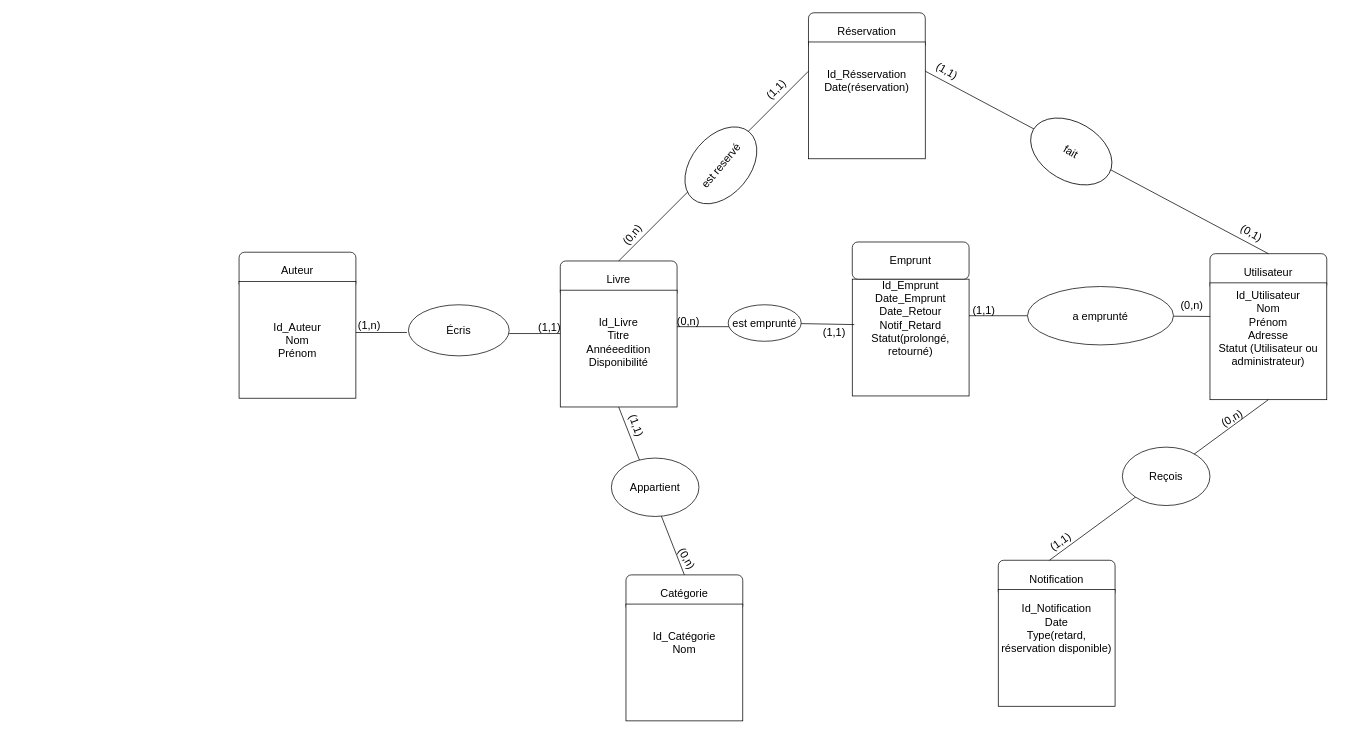
Before: page "MCD" (3 of 3) of diagramme/Diagramme UML Bibliothèque.drawio in JocelyneMuller/Projet-Biblioth-que, a draw.io diagram. Source tidied: cells renumbered, new cells numbered last; positions are measured from the earlier drawing's top-left corner, leaving out a move shared by most shapes. Both pictures are drawn from the tidied source at 73%, with x=0, y=0 at pixel (239, 12).
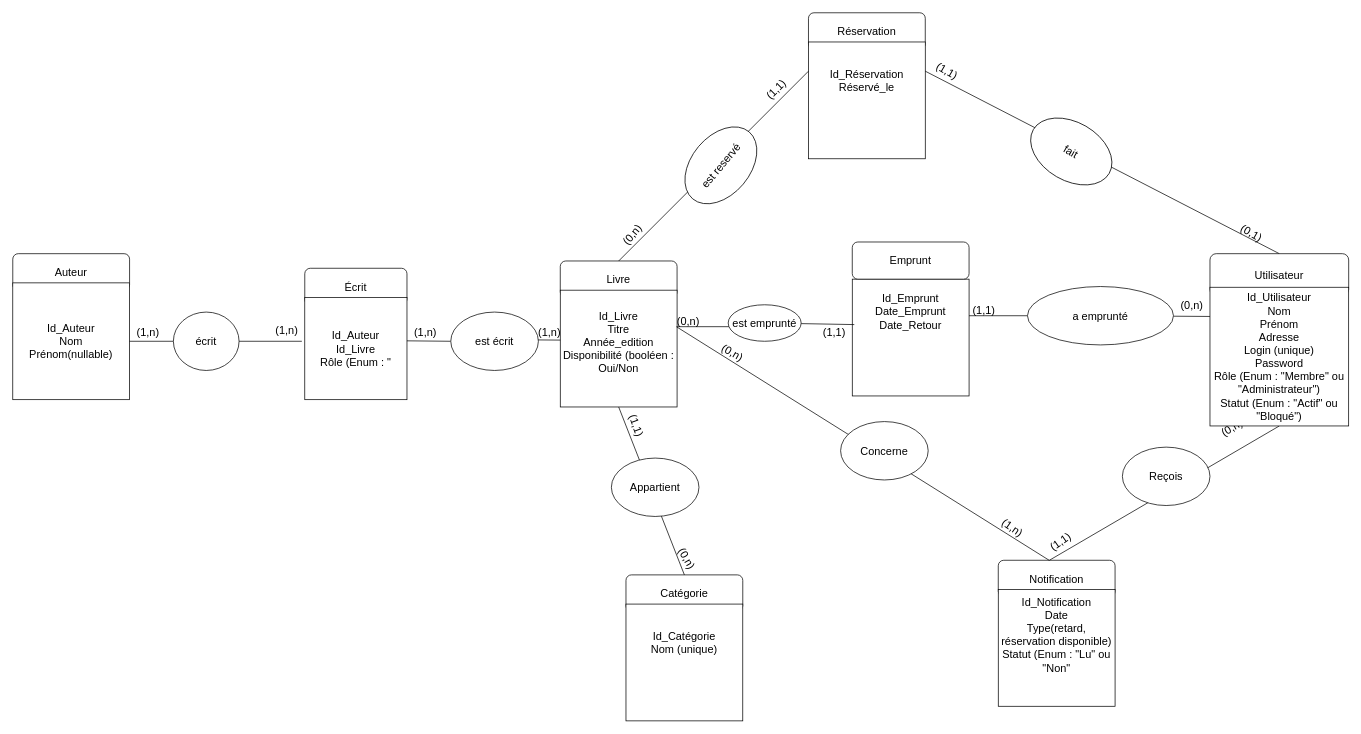
Above is the later version.

Commit message:
Mettre à jour Diagramme UML Bibliothèque.drawio

The change refers to these unchanged cells:
```xml
<mxCell id="2" style="group;" parent="1" vertex="1">
  <mxGeometry x="440" y="340" width="160" height="200" as="geometry" />
</mxCell>
<mxCell id="8" style="group;" parent="1" vertex="1">
  <mxGeometry x="1040" y="750" width="160" height="200" as="geometry" />
</mxCell>
<mxCell id="9" value="&lt;font style=&quot;font-size: 15px;&quot;&gt;Notification&lt;/font&gt;" style="rounded=1;whiteSpace=wrap;html=1;" parent="8" vertex="1">
  <mxGeometry width="160" height="50" as="geometry" />
</mxCell>
<mxCell id="11" style="group;" parent="1" vertex="1">
  <mxGeometry x="530" y="770" width="160" height="200" as="geometry" />
</mxCell>
<mxCell id="14" style="group;" parent="1" vertex="1">
  <mxGeometry x="780" width="160" height="200" as="geometry" />
</mxCell>
<mxCell id="29" style="group;" parent="1" vertex="1">
  <mxGeometry x="840" y="314" width="160" height="216" as="geometry" />
</mxCell>
```

The edit, as a diff of the source:
```diff
@@
-    <mxCell id="4" value="&lt;font style=&quot;font-size: 15px;&quot;&gt;Id_Livre&lt;/font&gt;&lt;div style=&quot;font-size: 15px;&quot;&gt;&lt;font style=&quot;font-size: 15px;&quot;&gt;Titre&lt;/font&gt;&lt;/div&gt;&lt;div style=&quot;font-size: 15px;&quot;&gt;&lt;font style=&quot;font-size: 15px;&quot;&gt;Annéeedition&lt;/font&gt;&lt;/div&gt;&lt;div style=&quot;font-size: 15px;&quot;&gt;&lt;font style=&quot;font-size: 15px;&quot;&gt;Disponibilité&lt;/font&gt;&lt;/div&gt;&lt;div style=&quot;font-size: 15px;&quot;&gt;&lt;br&gt;&lt;/div&gt;" style="whiteSpace=wrap;html=1;" parent="2" vertex="1">
+    <mxCell id="4" value="&lt;font style=&quot;font-size: 15px;&quot;&gt;Id_Livre&lt;/font&gt;&lt;div style=&quot;font-size: 15px;&quot;&gt;&lt;font style=&quot;font-size: 15px;&quot;&gt;Titre&lt;/font&gt;&lt;/div&gt;&lt;div style=&quot;font-size: 15px;&quot;&gt;&lt;font style=&quot;font-size: 15px;&quot;&gt;Année_edition&lt;/font&gt;&lt;/div&gt;&lt;div style=&quot;font-size: 15px;&quot;&gt;&lt;font style=&quot;font-size: 15px;&quot;&gt;Disponibilité (booléen : Oui/Non&lt;/font&gt;&lt;/div&gt;&lt;div style=&quot;font-size: 15px;&quot;&gt;&lt;br&gt;&lt;/div&gt;" style="whiteSpace=wrap;html=1;" parent="2" vertex="1">
       <mxGeometry y="40" width="160" height="160" as="geometry" />
     </mxCell>
-    <mxCell id="5" style="group;" parent="1" vertex="1">
-      <mxGeometry x="1330" y="330" width="160" height="200" as="geometry" />
-    </mxCell>
-    <mxCell id="6" value="&lt;font style=&quot;font-size: 15px;&quot;&gt;Utilisateur&lt;/font&gt;" style="rounded=1;whiteSpace=wrap;html=1;" parent="5" vertex="1">
-      <mxGeometry width="160" height="50" as="geometry" />
-    </mxCell>
-    <mxCell id="7" value="&lt;font style=&quot;font-size: 15px;&quot;&gt;Id_Utilisateur&lt;/font&gt;&lt;div style=&quot;font-size: 15px;&quot;&gt;&lt;font style=&quot;font-size: 15px;&quot;&gt;Nom&lt;/font&gt;&lt;/div&gt;&lt;div style=&quot;font-size: 15px;&quot;&gt;&lt;font style=&quot;font-size: 15px;&quot;&gt;Prénom&lt;/font&gt;&lt;/div&gt;&lt;div style=&quot;font-size: 15px;&quot;&gt;&lt;span style=&quot;background-color: initial;&quot;&gt;Adresse&lt;/span&gt;&lt;/div&gt;&lt;div style=&quot;font-size: 15px;&quot;&gt;Statut (Utilisateur ou administrateur)&lt;/div&gt;&lt;div style=&quot;font-size: 15px;&quot;&gt;&lt;br&gt;&lt;/div&gt;&lt;div style=&quot;font-size: 15px;&quot;&gt;&lt;br&gt;&lt;/div&gt;" style="whiteSpace=wrap;html=1;" parent="5" vertex="1">
-      <mxGeometry y="40" width="160" height="160" as="geometry" />
-    </mxCell>
@@
-    <mxCell id="10" value="&lt;font style=&quot;font-size: 15px;&quot;&gt;Id_Notification&lt;/font&gt;&lt;div style=&quot;font-size: 15px;&quot;&gt;&lt;span style=&quot;background-color: initial;&quot;&gt;Date&lt;/span&gt;&lt;br&gt;&lt;/div&gt;&lt;div style=&quot;font-size: 15px;&quot;&gt;Type(retard, réservation disponible)&lt;/div&gt;&lt;div style=&quot;font-size: 15px;&quot;&gt;&lt;br&gt;&lt;/div&gt;&lt;div style=&quot;font-size: 15px;&quot;&gt;&lt;br&gt;&lt;/div&gt;&lt;div style=&quot;font-size: 15px;&quot;&gt;&lt;br&gt;&lt;/div&gt;" style="whiteSpace=wrap;html=1;" parent="8" vertex="1">
+    <mxCell id="10" value="&lt;font style=&quot;font-size: 15px;&quot;&gt;Id_Notification&lt;/font&gt;&lt;div style=&quot;font-size: 15px;&quot;&gt;&lt;span style=&quot;background-color: initial;&quot;&gt;Date&lt;/span&gt;&lt;br&gt;&lt;/div&gt;&lt;div style=&quot;font-size: 15px;&quot;&gt;Type(retard, réservation disponible)&lt;/div&gt;&lt;div style=&quot;font-size: 15px;&quot;&gt;Statut (Enum : &quot;Lu&quot; ou &quot;Non&quot;&lt;/div&gt;&lt;div style=&quot;font-size: 15px;&quot;&gt;&lt;br&gt;&lt;/div&gt;&lt;div style=&quot;font-size: 15px;&quot;&gt;&lt;br&gt;&lt;/div&gt;" style="whiteSpace=wrap;html=1;" parent="8" vertex="1">
       <mxGeometry y="40" width="160" height="160" as="geometry" />
     </mxCell>
@@
-    <mxCell id="13" value="&lt;font style=&quot;font-size: 15px;&quot;&gt;Id_Catégorie&lt;/font&gt;&lt;div style=&quot;font-size: 15px;&quot;&gt;Nom&lt;/div&gt;&lt;div style=&quot;font-size: 15px;&quot;&gt;&lt;br&gt;&lt;/div&gt;&lt;div style=&quot;font-size: 15px;&quot;&gt;&lt;br&gt;&lt;/div&gt;&lt;div style=&quot;font-size: 15px;&quot;&gt;&lt;br&gt;&lt;/div&gt;" style="whiteSpace=wrap;html=1;" parent="11" vertex="1">
+    <mxCell id="13" value="&lt;font style=&quot;font-size: 15px;&quot;&gt;Id_Catégorie&lt;/font&gt;&lt;div style=&quot;font-size: 15px;&quot;&gt;Nom (unique)&lt;/div&gt;&lt;div style=&quot;font-size: 15px;&quot;&gt;&lt;br&gt;&lt;/div&gt;&lt;div style=&quot;font-size: 15px;&quot;&gt;&lt;br&gt;&lt;/div&gt;&lt;div style=&quot;font-size: 15px;&quot;&gt;&lt;br&gt;&lt;/div&gt;" style="whiteSpace=wrap;html=1;" parent="11" vertex="1">
       <mxGeometry y="40" width="160" height="160" as="geometry" />
     </mxCell>
@@
-    <mxCell id="16" value="&lt;font style=&quot;font-size: 15px;&quot;&gt;Id_Résservation&lt;/font&gt;&lt;div style=&quot;font-size: 15px;&quot;&gt;&lt;span style=&quot;background-color: initial;&quot;&gt;Date(&lt;/span&gt;&lt;span style=&quot;background-color: initial;&quot;&gt;réservation)&lt;/span&gt;&lt;/div&gt;&lt;div style=&quot;font-size: 15px;&quot;&gt;&lt;br&gt;&lt;/div&gt;&lt;div style=&quot;font-size: 15px;&quot;&gt;&lt;br&gt;&lt;/div&gt;&lt;div style=&quot;font-size: 15px;&quot;&gt;&lt;br&gt;&lt;/div&gt;" style="whiteSpace=wrap;html=1;" parent="14" vertex="1">
+    <mxCell id="16" value="&lt;font style=&quot;font-size: 15px;&quot;&gt;Id_Réservation&lt;/font&gt;&lt;div&gt;&lt;span style=&quot;font-size: 15px;&quot;&gt;Réservé_le&lt;br&gt;&lt;/span&gt;&lt;div style=&quot;font-size: 15px;&quot;&gt;&lt;br&gt;&lt;/div&gt;&lt;div style=&quot;font-size: 15px;&quot;&gt;&lt;br&gt;&lt;/div&gt;&lt;div style=&quot;font-size: 15px;&quot;&gt;&lt;br&gt;&lt;/div&gt;&lt;/div&gt;" style="whiteSpace=wrap;html=1;" parent="14" vertex="1">
       <mxGeometry y="40" width="160" height="160" as="geometry" />
     </mxCell>
@@
     <mxCell id="23" value="&lt;font style=&quot;font-size: 15px;&quot;&gt;(0,n)&lt;/font&gt;" style="text;html=1;align=center;verticalAlign=middle;whiteSpace=wrap;rounded=0;rotation=-30;" parent="1" vertex="1">
-      <mxGeometry x="1330" y="540" width="60" height="30" as="geometry" />
+      <mxGeometry x="1330" y="553" width="60" height="30" as="geometry" />
     </mxCell>
@@
-    <mxCell id="30" value="&lt;font style=&quot;font-size: 15px;&quot;&gt;Id_Emprunt&lt;/font&gt;&lt;div style=&quot;font-size: 15px;&quot;&gt;&lt;span style=&quot;background-color: initial;&quot;&gt;Date_Emprunt&lt;/span&gt;&lt;br&gt;&lt;/div&gt;&lt;div style=&quot;font-size: 15px;&quot;&gt;&lt;span style=&quot;background-color: initial;&quot;&gt;Date_Retour&lt;/span&gt;&lt;/div&gt;&lt;div style=&quot;font-size: 15px;&quot;&gt;&lt;span style=&quot;background-color: initial;&quot;&gt;Notif_Retard&lt;/span&gt;&lt;/div&gt;&lt;div style=&quot;font-size: 15px;&quot;&gt;Statut(prolongé, retourné)&lt;/div&gt;&lt;div style=&quot;font-size: 15px;&quot;&gt;&lt;br&gt;&lt;/div&gt;&lt;div style=&quot;font-size: 15px;&quot;&gt;&lt;br&gt;&lt;/div&gt;&lt;div style=&quot;font-size: 15px;&quot;&gt;&lt;br&gt;&lt;/div&gt;" style="whiteSpace=wrap;html=1;" parent="29" vertex="1">
+    <mxCell id="30" value="&lt;font style=&quot;font-size: 15px;&quot;&gt;Id_Emprunt&lt;/font&gt;&lt;div style=&quot;font-size: 15px;&quot;&gt;&lt;span style=&quot;background-color: initial;&quot;&gt;Date_Emprunt&lt;/span&gt;&lt;br&gt;&lt;/div&gt;&lt;div style=&quot;font-size: 15px;&quot;&gt;&lt;span style=&quot;background-color: initial;&quot;&gt;Date_Retour&lt;/span&gt;&lt;/div&gt;&lt;div style=&quot;font-size: 15px;&quot;&gt;&lt;br&gt;&lt;/div&gt;&lt;div style=&quot;font-size: 15px;&quot;&gt;&lt;br&gt;&lt;/div&gt;&lt;div style=&quot;font-size: 15px;&quot;&gt;&lt;br&gt;&lt;/div&gt;&lt;div style=&quot;font-size: 15px;&quot;&gt;&lt;br&gt;&lt;/div&gt;" style="whiteSpace=wrap;html=1;" parent="29" vertex="1">
       <mxGeometry y="50.9" width="160" height="160" as="geometry" />
     </mxCell>
@@
     <mxCell id="38" style="endArrow=none;html=1;rounded=0;" parent="1" edge="1">
       <mxGeometry relative="1" as="geometry">
-        <mxPoint x="370" y="439.4" as="sourcePoint" />
-        <mxPoint x="440" y="439.4" as="targetPoint" />
+        <mxPoint x="390" y="448" as="sourcePoint" />
+        <mxPoint x="440" y="448.4" as="targetPoint" />
       </mxGeometry>
     </mxCell>
-    <mxCell id="39" style="group;" parent="1" vertex="1">
-      <mxGeometry y="328" width="230" height="200" as="geometry" />
-    </mxCell>
-    <mxCell id="40" style="group;" parent="39" vertex="1">
-      <mxGeometry width="160" height="200" as="geometry" />
-    </mxCell>
-    <mxCell id="41" value="&lt;font style=&quot;font-size: 15px;&quot;&gt;Auteur&lt;/font&gt;" style="rounded=1;whiteSpace=wrap;html=1;" parent="40" vertex="1">
-      <mxGeometry width="160" height="50" as="geometry" />
-    </mxCell>
-    <mxCell id="42" value="&lt;font style=&quot;font-size: 15px;&quot;&gt;Id_Auteur&lt;/font&gt;&lt;div style=&quot;font-size: 15px;&quot;&gt;&lt;font style=&quot;font-size: 15px;&quot;&gt;Nom&lt;/font&gt;&lt;/div&gt;&lt;div style=&quot;font-size: 15px;&quot;&gt;&lt;font style=&quot;font-size: 15px;&quot;&gt;Prénom&lt;/font&gt;&lt;/div&gt;" style="whiteSpace=wrap;html=1;" parent="40" vertex="1">
-      <mxGeometry y="40" width="160" height="160" as="geometry" />
-    </mxCell>
-    <mxCell id="43" style="endArrow=none;html=1;rounded=0;" parent="39" edge="1">
-      <mxGeometry relative="1" as="geometry">
-        <mxPoint x="160" y="110" as="sourcePoint" />
-        <mxPoint x="230" y="110" as="targetPoint" />
-      </mxGeometry>
-    </mxCell>
-    <mxCell id="44" value="&lt;font style=&quot;font-size: 15px;&quot;&gt;(1,n)&lt;/font&gt;" style="text;html=1;align=center;verticalAlign=middle;strokeColor=none;fillColor=none;" parent="39" vertex="1">
-      <mxGeometry x="153" y="85" width="50" height="30" as="geometry" />
-    </mxCell>
-    <mxCell id="45" value="&lt;font style=&quot;font-size: 15px;&quot;&gt;Écris&lt;/font&gt;" style="ellipse;whiteSpace=wrap;html=1;" parent="1" vertex="1">
-      <mxGeometry x="232" y="400" width="138" height="70" as="geometry" />
-    </mxCell>
-    <mxCell id="46" value="&lt;font style=&quot;font-size: 15px;&quot;&gt;(1,1)&lt;/font&gt;" style="text;html=1;align=center;verticalAlign=middle;strokeColor=none;fillColor=none;" parent="1" vertex="1">
-      <mxGeometry x="400" y="415" width="50" height="30" as="geometry" />
+    <mxCell id="46" value="&lt;font style=&quot;font-size: 15px;&quot;&gt;(1,n)&lt;/font&gt;" style="text;html=1;align=center;verticalAlign=middle;strokeColor=none;fillColor=none;" parent="1" vertex="1">
+      <mxGeometry x="400" y="422" width="50" height="30" as="geometry" />
     </mxCell>
@@
+    <mxCell id="55" style="endArrow=none;html=1;rounded=0;entryX=0.436;entryY=0.001;entryDx=0;entryDy=0;entryPerimeter=0;" parent="1" edge="1" target="9">
+      <mxGeometry relative="1" as="geometry">
+        <mxPoint x="599" y="430" as="sourcePoint" />
+      </mxGeometry>
+    </mxCell>
+    <mxCell id="56" value="&lt;font style=&quot;font-size: 15px;&quot;&gt;Concerne&lt;/font&gt;" style="ellipse;whiteSpace=wrap;html=1;" parent="1" vertex="1">
+      <mxGeometry x="824" y="560" width="120" height="80" as="geometry" />
+    </mxCell>
+    <mxCell id="57" value="&lt;font style=&quot;font-size: 15px;&quot;&gt;(0,n)&lt;/font&gt;" style="text;html=1;align=center;verticalAlign=middle;strokeColor=none;fillColor=none;rotation=30;fontSize=15;" parent="1" vertex="1">
+      <mxGeometry x="651" y="450" width="50" height="30" as="geometry" />
+    </mxCell>
+    <mxCell id="58" value="&lt;font style=&quot;font-size: 15px;&quot;&gt;(1,n)&lt;/font&gt;" style="text;html=1;align=center;verticalAlign=middle;whiteSpace=wrap;rounded=0;rotation=35;" parent="1" vertex="1">
+      <mxGeometry x="1030" y="690" width="60" height="30" as="geometry" />
+    </mxCell>
+    <mxCell id="59" style="group;" parent="1" vertex="1">
+      <mxGeometry x="90" y="350" width="140" height="200" as="geometry" />
+    </mxCell>
+    <mxCell id="60" value="&lt;span style=&quot;font-size: 15px;&quot;&gt;Écrit&lt;/span&gt;" style="rounded=1;whiteSpace=wrap;html=1;" parent="59" vertex="1">
+      <mxGeometry width="140" height="50" as="geometry" />
+    </mxCell>
+    <mxCell id="61" value="&lt;font style=&quot;font-size: 15px;&quot;&gt;Id_Auteur&lt;/font&gt;&lt;div&gt;&lt;span style=&quot;font-size: 15px;&quot;&gt;Id_Livre&lt;br&gt;&lt;/span&gt;&lt;div style=&quot;font-size: 15px;&quot;&gt;Rôle (Enum : &quot;&lt;/div&gt;&lt;/div&gt;" style="whiteSpace=wrap;html=1;" parent="59" vertex="1">
+      <mxGeometry y="40" width="140" height="140" as="geometry" />
+    </mxCell>
+    <mxCell id="40" style="group;" parent="1" vertex="1">
+      <mxGeometry x="-310" y="330" width="160" height="200" as="geometry" />
+    </mxCell>
+    <mxCell id="41" value="&lt;font style=&quot;font-size: 15px;&quot;&gt;Auteur&lt;/font&gt;" style="rounded=1;whiteSpace=wrap;html=1;" parent="40" vertex="1">
+      <mxGeometry width="160" height="50" as="geometry" />
+    </mxCell>
+    <mxCell id="42" value="&lt;font style=&quot;font-size: 15px;&quot;&gt;Id_Auteur&lt;/font&gt;&lt;div style=&quot;font-size: 15px;&quot;&gt;&lt;font style=&quot;font-size: 15px;&quot;&gt;Nom&lt;/font&gt;&lt;/div&gt;&lt;div style=&quot;font-size: 15px;&quot;&gt;&lt;font style=&quot;font-size: 15px;&quot;&gt;Prénom(nullable)&lt;/font&gt;&lt;/div&gt;" style="whiteSpace=wrap;html=1;" parent="40" vertex="1">
+      <mxGeometry y="40" width="160" height="160" as="geometry" />
+    </mxCell>
+    <mxCell id="44" value="&lt;font style=&quot;font-size: 15px;&quot;&gt;(1,n)&lt;/font&gt;" style="text;html=1;align=center;verticalAlign=middle;strokeColor=none;fillColor=none;" parent="1" vertex="1">
+      <mxGeometry x="-150" y="422" width="50" height="30" as="geometry" />
+    </mxCell>
+    <mxCell id="62" style="endArrow=none;html=1;rounded=0;exitX=1;exitY=0.5;exitDx=0;exitDy=0;" parent="1" edge="1" source="42" target="63">
+      <mxGeometry relative="1" as="geometry" />
+    </mxCell>
+    <mxCell id="63" value="&lt;font style=&quot;font-size: 15px;&quot;&gt;écrit&lt;/font&gt;" style="ellipse;whiteSpace=wrap;html=1;" parent="1" vertex="1">
+      <mxGeometry x="-90" y="410" width="90" height="80" as="geometry" />
+    </mxCell>
+    <mxCell id="64" style="endArrow=none;html=1;rounded=0;exitX=1;exitY=0.5;exitDx=0;exitDy=0;" parent="1" edge="1" source="63">
+      <mxGeometry relative="1" as="geometry">
+        <mxPoint x="86" y="450" as="targetPoint" />
+      </mxGeometry>
+    </mxCell>
+    <mxCell id="65" value="&lt;font style=&quot;font-size: 15px;&quot;&gt;(1,n)&lt;/font&gt;" style="text;html=1;align=center;verticalAlign=middle;strokeColor=none;fillColor=none;" parent="1" vertex="1">
+      <mxGeometry x="40" y="420" width="50" height="30" as="geometry" />
+    </mxCell>
+    <mxCell id="66" style="endArrow=none;html=1;rounded=0;" parent="1" edge="1" target="67">
+      <mxGeometry relative="1" as="geometry">
+        <mxPoint x="230" y="449.4" as="sourcePoint" />
+      </mxGeometry>
+    </mxCell>
+    <mxCell id="67" value="&lt;font style=&quot;font-size: 15px;&quot;&gt;est écrit&lt;/font&gt;" style="ellipse;whiteSpace=wrap;html=1;" parent="1" vertex="1">
+      <mxGeometry x="290" y="410" width="120" height="80" as="geometry" />
+    </mxCell>
+    <mxCell id="68" value="&lt;font style=&quot;font-size: 15px;&quot;&gt;(1,n)&lt;/font&gt;" style="text;html=1;align=center;verticalAlign=middle;strokeColor=none;fillColor=none;" parent="1" vertex="1">
+      <mxGeometry x="230" y="422" width="50" height="30" as="geometry" />
+    </mxCell>
+    <mxCell id="6" value="&lt;font style=&quot;font-size: 15px;&quot;&gt;Utilisateur&lt;/font&gt;" style="rounded=1;whiteSpace=wrap;html=1;" parent="1" vertex="1">
+      <mxGeometry x="1330" y="330" width="190" height="57.5" as="geometry" />
+    </mxCell>
+    <mxCell id="7" value="&lt;div&gt;&lt;font style=&quot;font-size: 15px;&quot;&gt;&lt;br&gt;&lt;/font&gt;&lt;/div&gt;&lt;font style=&quot;font-size: 15px;&quot;&gt;&lt;div&gt;&lt;font style=&quot;font-size: 15px;&quot;&gt;&lt;br&gt;&lt;/font&gt;&lt;/div&gt;Id_Utilisateur&lt;/font&gt;&lt;div style=&quot;font-size: 15px;&quot;&gt;&lt;font style=&quot;font-size: 15px;&quot;&gt;Nom&lt;/font&gt;&lt;/div&gt;&lt;div style=&quot;font-size: 15px;&quot;&gt;&lt;font style=&quot;font-size: 15px;&quot;&gt;Prénom&lt;/font&gt;&lt;/div&gt;&lt;div style=&quot;font-size: 15px;&quot;&gt;&lt;span style=&quot;background-color: initial;&quot;&gt;Adresse&lt;/span&gt;&lt;/div&gt;&lt;div style=&quot;font-size: 15px;&quot;&gt;&lt;span style=&quot;background-color: initial;&quot;&gt;Login (unique)&lt;/span&gt;&lt;/div&gt;&lt;div style=&quot;font-size: 15px;&quot;&gt;&lt;span style=&quot;background-color: initial;&quot;&gt;Password&lt;/span&gt;&lt;/div&gt;&lt;div style=&quot;font-size: 15px;&quot;&gt;Rôle (Enum : &quot;Membre&quot; ou &quot;Administrateur&quot;)&lt;span style=&quot;background-color: initial;&quot;&gt;&lt;br&gt;&lt;/span&gt;&lt;/div&gt;&lt;div style=&quot;font-size: 15px;&quot;&gt;Statut (Enum : &quot;Actif&quot; ou &quot;Bloqué&quot;)&lt;/div&gt;&lt;div style=&quot;font-size: 15px;&quot;&gt;&lt;br&gt;&lt;/div&gt;&lt;div style=&quot;font-size: 15px;&quot;&gt;&lt;br&gt;&lt;/div&gt;" style="whiteSpace=wrap;html=1;" parent="1" vertex="1">
+      <mxGeometry x="1330" y="376" width="190" height="190" as="geometry" />
+    </mxCell>
```
